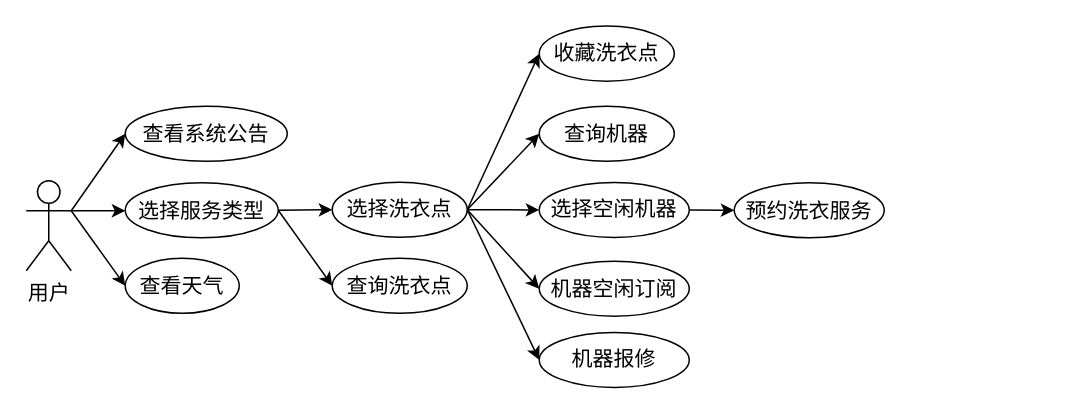
Earlier version of the draw.io diagram 洗衣服务模块.drawio (mochaDMQ/myPicture). Source tidied: cells renumbered, new cells numbered last; positions are measured from the earlier drawing's top-left corner, leaving out a move shared by most shapes. Both pictures are drawn from the tidied source at 150%, with x=0, y=0 at pixel (26, 26).
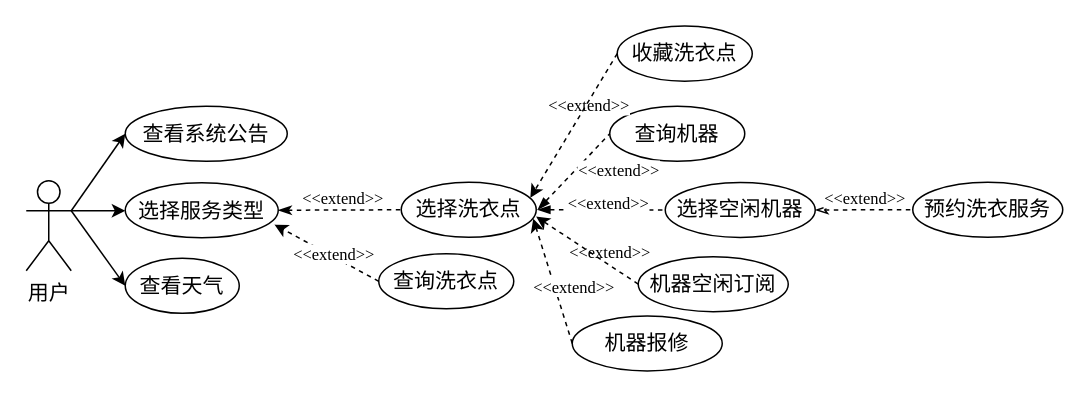
The same diagram, later.

Commit message:
更新洗衣服务模块.drawio

The change refers to these unchanged cells:
```xml
<mxCell id="9" value="选择服务类型" style="ellipse;whiteSpace=wrap;html=1;fontFamily=宋体;fontSize=14;" parent="1" vertex="1">
  <mxGeometry x="66" y="104.3" width="102" height="36.7" as="geometry" />
</mxCell>
```

The edit, as a diff of the source:
```diff
@@
-    <mxCell id="7" style="edgeStyle=none;rounded=0;jettySize=auto;html=1;exitX=1;exitY=0.5;exitDx=0;exitDy=0;entryX=0;entryY=0.5;entryDx=0;entryDy=0;fontFamily=宋体;fontSize=14;" parent="1" edge="1" source="9" target="17">
+    <mxCell id="7" style="edgeStyle=none;rounded=0;jettySize=auto;html=1;exitX=1;exitY=0.5;exitDx=0;exitDy=0;entryX=0;entryY=0.5;entryDx=0;entryDy=0;fontFamily=宋体;fontSize=14;dashed=1;endArrow=none;startFill=1;startArrow=classicThin;" parent="1" edge="1" source="9" target="17">
       <mxGeometry relative="1" as="geometry" />
     </mxCell>
-    <mxCell id="8" style="edgeStyle=none;rounded=0;jettySize=auto;html=1;exitX=1;exitY=0.5;exitDx=0;exitDy=0;entryX=0;entryY=0.5;entryDx=0;entryDy=0;fontFamily=宋体;fontSize=14;" parent="1" edge="1" source="9" target="18">
-      <mxGeometry relative="1" as="geometry" />
-    </mxCell>
+    <mxCell id="25" value="&amp;lt;&amp;lt;extend&amp;gt;&amp;gt;" style="edgeLabel;html=1;align=center;verticalAlign=middle;fontFamily=Times New Roman;" parent="7" vertex="1">
+      <mxGeometry x="-0.46" y="2" relative="1" as="geometry">
+        <mxPoint x="21" y="-6" as="offset" />
+      </mxGeometry>
+    </mxCell>
@@
     <mxCell id="11" value="查询机器" style="ellipse;whiteSpace=wrap;html=1;fontFamily=宋体;fontSize=14;" parent="1" vertex="1">
-      <mxGeometry x="342" y="53.3" width="90" height="36.7" as="geometry" />
+      <mxGeometry x="389" y="53.3" width="90" height="36.7" as="geometry" />
     </mxCell>
-    <mxCell id="12" style="edgeStyle=none;rounded=0;jettySize=auto;html=1;exitX=1;exitY=0.5;exitDx=0;exitDy=0;entryX=0;entryY=0.5;entryDx=0;entryDy=0;fontFamily=宋体;fontSize=14;" parent="1" edge="1" source="17" target="19">
-      <mxGeometry relative="1" as="geometry" />
-    </mxCell>
-    <mxCell id="13" style="edgeStyle=none;rounded=0;jettySize=auto;html=1;exitX=1;exitY=0.5;exitDx=0;exitDy=0;entryX=0;entryY=0.5;entryDx=0;entryDy=0;fontFamily=宋体;fontSize=14;" parent="1" edge="1" source="17" target="11">
-      <mxGeometry relative="1" as="geometry" />
+    <mxCell id="13" style="edgeStyle=none;rounded=0;jettySize=auto;html=1;exitX=1;exitY=0.5;exitDx=0;exitDy=0;entryX=0;entryY=0.5;entryDx=0;entryDy=0;fontFamily=宋体;fontSize=14;dashed=1;endArrow=none;endFill=1;startFill=1;startArrow=blockThin;" parent="1" edge="1" target="11">
+      <mxGeometry relative="1" as="geometry">
+        <mxPoint x="341" y="122.3" as="sourcePoint" />
+      </mxGeometry>
     </mxCell>
-    <mxCell id="14" style="edgeStyle=none;rounded=0;jettySize=auto;html=1;exitX=1;exitY=0.5;exitDx=0;exitDy=0;entryX=0;entryY=0.5;entryDx=0;entryDy=0;fontFamily=宋体;fontSize=14;" parent="1" edge="1" source="17" target="24">
-      <mxGeometry relative="1" as="geometry" />
+    <mxCell id="14" style="edgeStyle=none;rounded=0;jettySize=auto;html=1;exitX=1;exitY=0.5;exitDx=0;exitDy=0;entryX=0;entryY=0.5;entryDx=0;entryDy=0;fontFamily=宋体;fontSize=14;dashed=1;endArrow=none;startFill=1;startArrow=blockThin;" parent="1" edge="1" target="24">
+      <mxGeometry relative="1" as="geometry">
+        <mxPoint x="341" y="122.3" as="sourcePoint" />
+      </mxGeometry>
     </mxCell>
-    <mxCell id="15" style="edgeStyle=none;rounded=0;jettySize=auto;html=1;exitX=1;exitY=0.5;exitDx=0;exitDy=0;entryX=0;entryY=0.5;entryDx=0;entryDy=0;fontFamily=宋体;fontSize=14;" parent="1" edge="1" source="17" target="21">
-      <mxGeometry relative="1" as="geometry" />
-    </mxCell>
-    <mxCell id="16" style="edgeStyle=none;rounded=0;jettySize=auto;html=1;exitX=1;exitY=0.5;exitDx=0;exitDy=0;entryX=0;entryY=0.5;entryDx=0;entryDy=0;fontFamily=宋体;fontSize=14;" parent="1" edge="1" source="17" target="20">
-      <mxGeometry relative="1" as="geometry" />
-    </mxCell>
     <mxCell id="17" value="选择洗衣点" style="ellipse;whiteSpace=wrap;html=1;fontFamily=宋体;fontSize=14;" parent="1" vertex="1">
-      <mxGeometry x="204" y="104" width="90" height="36.7" as="geometry" />
+      <mxGeometry x="250" y="104" width="90" height="36.7" as="geometry" />
     </mxCell>
     <mxCell id="18" value="查询洗衣点" style="ellipse;whiteSpace=wrap;html=1;fontFamily=宋体;fontSize=14;" parent="1" vertex="1">
-      <mxGeometry x="204" y="154.7" width="90" height="36.7" as="geometry" />
+      <mxGeometry x="235" y="151.7" width="90" height="36.7" as="geometry" />
     </mxCell>
     <mxCell id="19" value="收藏洗衣点" style="ellipse;whiteSpace=wrap;html=1;fontFamily=宋体;fontSize=14;" parent="1" vertex="1">
-      <mxGeometry x="342" y="-0.1" width="90" height="36.7" as="geometry" />
+      <mxGeometry x="394" y="-0.1" width="90" height="36.7" as="geometry" />
     </mxCell>
+    <mxCell id="26" style="rounded=0;jettySize=auto;html=1;exitX=0;exitY=0.5;exitDx=0;exitDy=0;entryX=1;entryY=0.5;entryDx=0;entryDy=0;dashed=1;" parent="1" edge="1" source="20">
+      <mxGeometry relative="1" as="geometry">
+        <mxPoint x="338" y="128.3" as="targetPoint" />
+      </mxGeometry>
+    </mxCell>
     <mxCell id="20" value="机器报修" style="ellipse;whiteSpace=wrap;html=1;fontFamily=宋体;fontSize=14;" parent="1" vertex="1">
-      <mxGeometry x="342" y="204.1" width="100" height="36.7" as="geometry" />
+      <mxGeometry x="364" y="193.1" width="100" height="36.7" as="geometry" />
     </mxCell>
     <mxCell id="21" value="机器空闲订阅" style="ellipse;whiteSpace=wrap;html=1;fontFamily=宋体;fontSize=14;" parent="1" vertex="1">
-      <mxGeometry x="342" y="156.6" width="100" height="36.7" as="geometry" />
+      <mxGeometry x="408" y="153.6" width="100" height="36.7" as="geometry" />
     </mxCell>
     <mxCell id="22" value="预约洗衣服务" style="ellipse;whiteSpace=wrap;html=1;fontFamily=宋体;fontSize=14;" parent="1" vertex="1">
-      <mxGeometry x="472" y="104.3" width="100" height="36.7" as="geometry" />
+      <mxGeometry x="591" y="104" width="100" height="36.7" as="geometry" />
     </mxCell>
-    <mxCell id="23" style="edgeStyle=none;rounded=0;jettySize=auto;html=1;exitX=1;exitY=0.5;exitDx=0;exitDy=0;entryX=0;entryY=0.5;entryDx=0;entryDy=0;fontFamily=宋体;fontSize=14;" parent="1" edge="1" source="24" target="22">
+    <mxCell id="23" style="edgeStyle=none;rounded=0;jettySize=auto;html=1;exitX=1;exitY=0.5;exitDx=0;exitDy=0;entryX=0;entryY=0.5;entryDx=0;entryDy=0;fontFamily=宋体;fontSize=14;dashed=1;startArrow=classicThin;startFill=0;endArrow=none;" parent="1" edge="1" source="24" target="22">
       <mxGeometry relative="1" as="geometry" />
     </mxCell>
     <mxCell id="24" value="选择空闲机器" style="ellipse;whiteSpace=wrap;html=1;fontFamily=宋体;fontSize=14;" parent="1" vertex="1">
-      <mxGeometry x="342" y="104.1" width="100" height="36.7" as="geometry" />
+      <mxGeometry x="426" y="104.1" width="100" height="36.7" as="geometry" />
     </mxCell>
+    <mxCell id="27" value="&amp;lt;&amp;lt;extend&amp;gt;&amp;gt;" style="edgeLabel;html=1;align=center;verticalAlign=middle;fontFamily=Times New Roman;" parent="1" vertex="1">
+      <mxGeometry x="558" y="115" as="geometry">
+        <mxPoint y="-1" as="offset" />
+      </mxGeometry>
+    </mxCell>
+    <mxCell id="28" style="edgeLabel;html=1;align=center;verticalAlign=middle;" parent="1" vertex="1">
+      <mxGeometry x="388" y="123" as="geometry">
+        <mxPoint y="-1" as="offset" />
+      </mxGeometry>
+    </mxCell>
+    <mxCell id="29" value="&amp;lt;&amp;lt;extend&amp;gt;&amp;gt;" style="edgeLabel;html=1;align=center;verticalAlign=middle;fontFamily=Times New Roman;" parent="1" vertex="1">
+      <mxGeometry x="394" y="96" as="geometry">
+        <mxPoint y="-1" as="offset" />
+      </mxGeometry>
+    </mxCell>
+    <mxCell id="30" value="&amp;lt;&amp;lt;extend&amp;gt;&amp;gt;" style="edgeLabel;html=1;align=center;verticalAlign=middle;fontFamily=Times New Roman;" parent="1" vertex="1">
+      <mxGeometry x="374" y="53.3" as="geometry">
+        <mxPoint y="-1" as="offset" />
+      </mxGeometry>
+    </mxCell>
+    <mxCell id="31" value="&amp;lt;&amp;lt;extend&amp;gt;&amp;gt;" style="edgeLabel;html=1;align=center;verticalAlign=middle;fontFamily=Times New Roman;" parent="1" vertex="1">
+      <mxGeometry x="388" y="151.7" as="geometry">
+        <mxPoint y="-1" as="offset" />
+      </mxGeometry>
+    </mxCell>
+    <mxCell id="32" value="&amp;lt;&amp;lt;extend&amp;gt;&amp;gt;" style="edgeLabel;html=1;align=center;verticalAlign=middle;fontFamily=Times New Roman;" parent="1" vertex="1">
+      <mxGeometry x="364" y="174.7" as="geometry">
+        <mxPoint y="-1" as="offset" />
+      </mxGeometry>
+    </mxCell>
+    <mxCell id="33" style="rounded=0;jettySize=auto;html=1;exitX=0;exitY=0.5;exitDx=0;exitDy=0;entryX=0.975;entryY=0.761;entryDx=0;entryDy=0;entryPerimeter=0;dashed=1;" parent="1" edge="1" source="18" target="9">
+      <mxGeometry relative="1" as="geometry" />
+    </mxCell>
+    <mxCell id="34" value="&amp;lt;&amp;lt;extend&amp;gt;&amp;gt;" style="edgeLabel;html=1;align=center;verticalAlign=middle;fontFamily=Times New Roman;" parent="1" vertex="1">
+      <mxGeometry x="204" y="151.7" as="geometry" />
+    </mxCell>
+    <mxCell id="35" value="&amp;lt;&amp;lt;extend&amp;gt;&amp;gt;" style="edgeLabel;html=1;align=center;verticalAlign=middle;fontFamily=Times New Roman;" parent="1" vertex="1">
+      <mxGeometry x="387" y="118" as="geometry">
+        <mxPoint y="-1" as="offset" />
+      </mxGeometry>
+    </mxCell>
+    <mxCell id="36" style="edgeStyle=none;rounded=0;jettySize=auto;html=1;exitX=0;exitY=0.5;exitDx=0;exitDy=0;entryX=0.999;entryY=0.623;entryDx=0;entryDy=0;entryPerimeter=0;dashed=1;" parent="1" edge="1" source="21" target="17">
+      <mxGeometry relative="1" as="geometry" />
+    </mxCell>
+    <mxCell id="37" style="edgeStyle=none;rounded=0;jettySize=auto;html=1;exitX=0;exitY=0.5;exitDx=0;exitDy=0;entryX=0.956;entryY=0.283;entryDx=0;entryDy=0;entryPerimeter=0;dashed=1;" parent="1" edge="1" source="19" target="17">
+      <mxGeometry relative="1" as="geometry" />
+    </mxCell>
```
